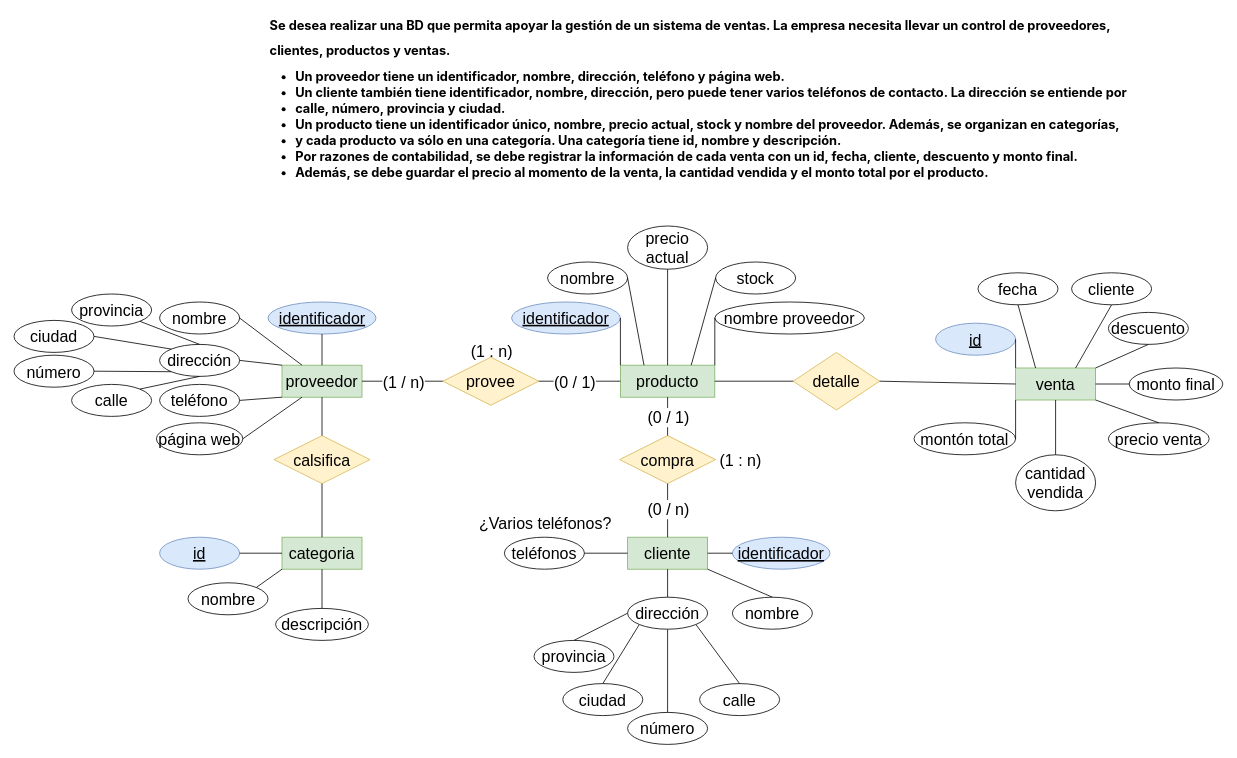
Before: Tareas/Tema 2/Tarea 2/Ejercicio2.drawio in JCarlosAR032/base-de-datos, a draw.io diagram. Source tidied: cells renumbered, new cells numbered last; positions are measured from the earlier drawing's top-left corner, leaving out a move shared by most shapes. Both pictures are drawn from the tidied source at 80%, with x=0, y=0 at pixel (14, 14).
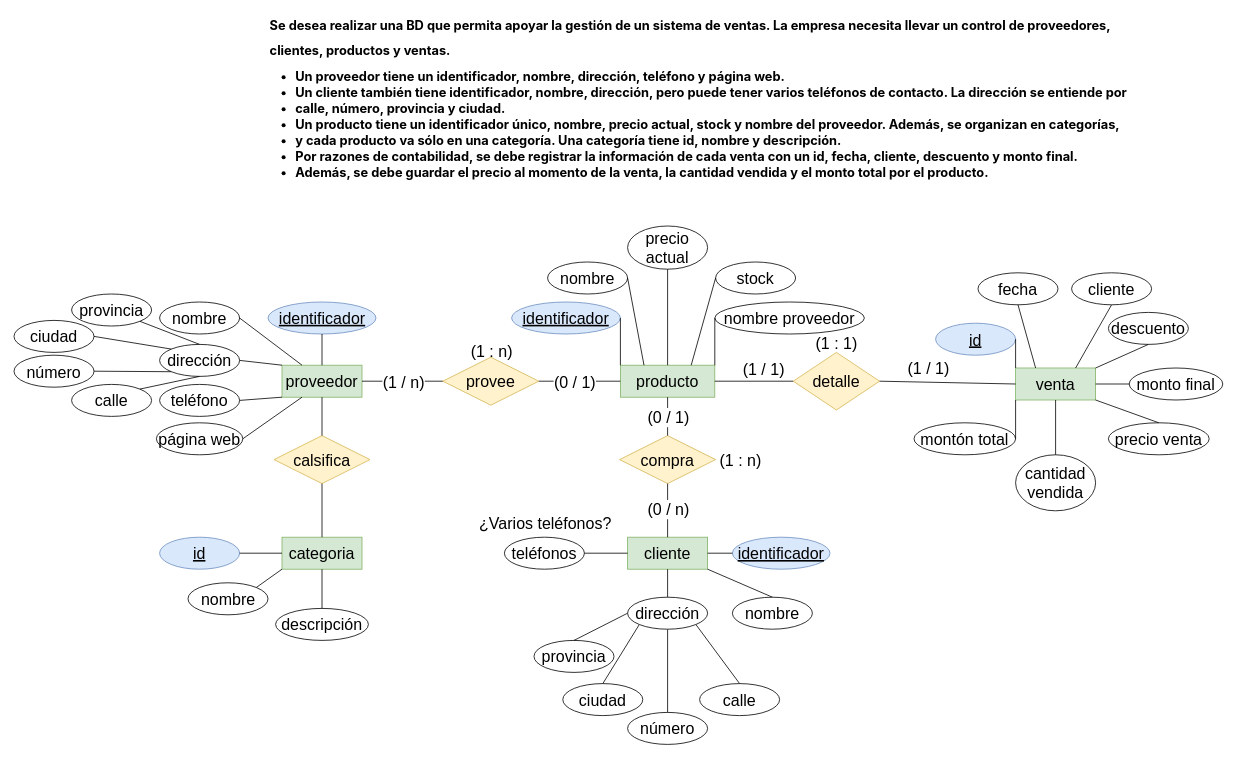
After the change.

Unchanged cells that the change refers to:
```xml
<mxCell id="18" style="endArrow=none;html=1;rounded=0;fontSize=20;exitX=1;exitY=0.5;exitDx=0;exitDy=0;" parent="1" edge="1" source="5" target="9">
  <mxGeometry relative="1" as="geometry" />
</mxCell>
<mxCell id="72" style="endArrow=none;html=1;rounded=0;fontSize=20;exitX=1;exitY=0.5;exitDx=0;exitDy=0;entryX=0;entryY=0.5;entryDx=0;entryDy=0;" parent="1" edge="1" source="9" target="8">
  <mxGeometry relative="1" as="geometry" />
</mxCell>
```

Change to the diagram source:
```diff
@@
+    <mxCell id="93" value="(1 / 1)" style="edgeLabel;html=1;align=center;verticalAlign=middle;fontSize=20;" parent="18" vertex="1">
+      <mxGeometry x="0.47" y="-1" relative="1" as="geometry">
+        <mxPoint x="-12" y="-17" as="offset" />
+      </mxGeometry>
+    </mxCell>
@@
+    <mxCell id="94" value="(1 / 1)" style="edgeLabel;html=1;align=center;verticalAlign=middle;fontSize=20;" parent="72" vertex="1">
+      <mxGeometry x="-0.41" y="-3" relative="1" as="geometry">
+        <mxPoint x="11" y="-21" as="offset" />
+      </mxGeometry>
+    </mxCell>
@@
+    <mxCell id="95" value="(1 : 1)" style="text;html=1;align=center;verticalAlign=middle;strokeColor=none;fillColor=none;fontSize=20;" parent="1" vertex="1">
+      <mxGeometry x="992" y="393" width="72" height="36" as="geometry" />
+    </mxCell>
```
